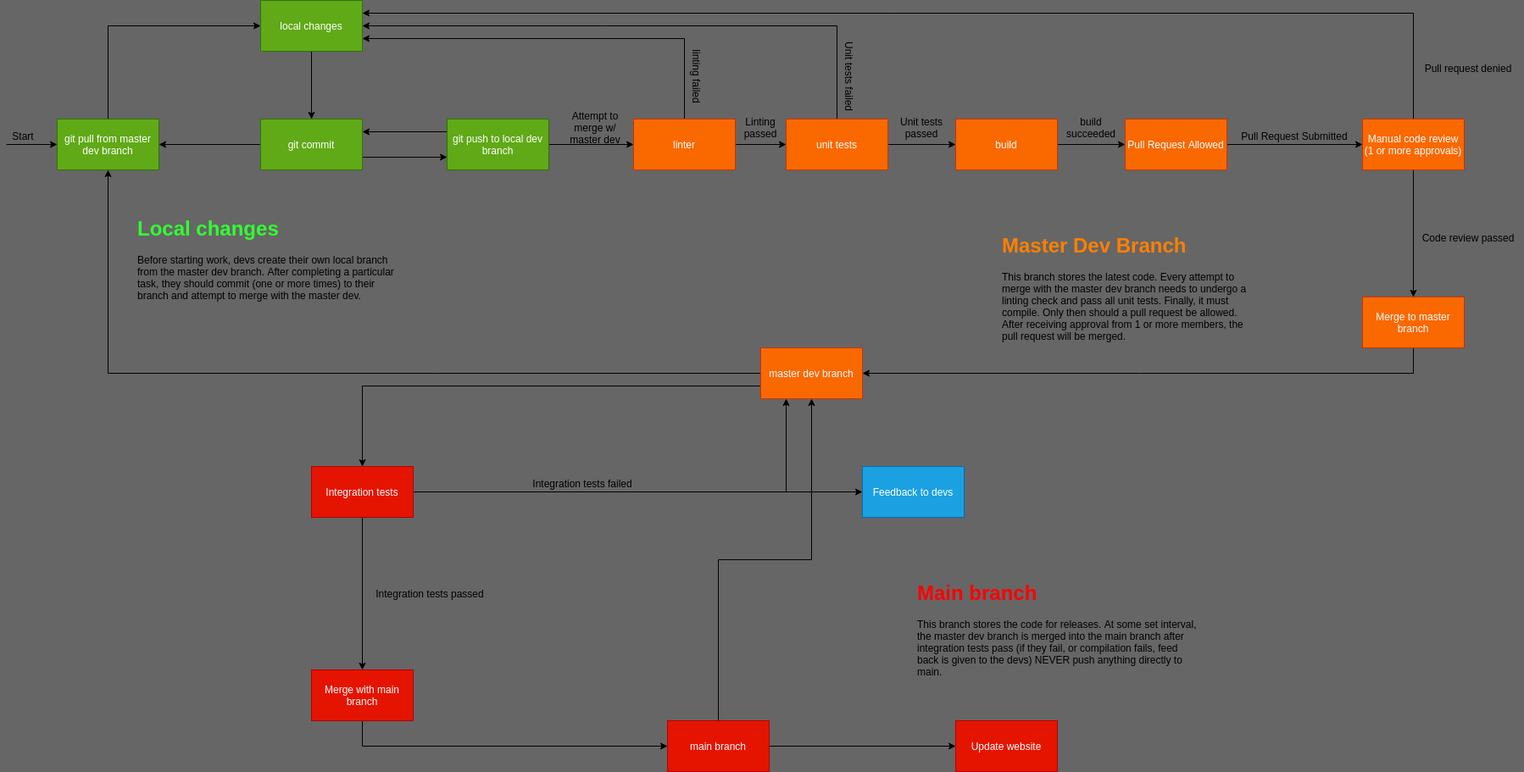
Above: specs/ci/ci.drawio.png in vchen51/cse110-sp21-group20 (draw.io), before the change. Source tidied: cells renumbered, new cells last; positions are measured from the earlier drawing's top-left corner, leaving out a move shared by most shapes.
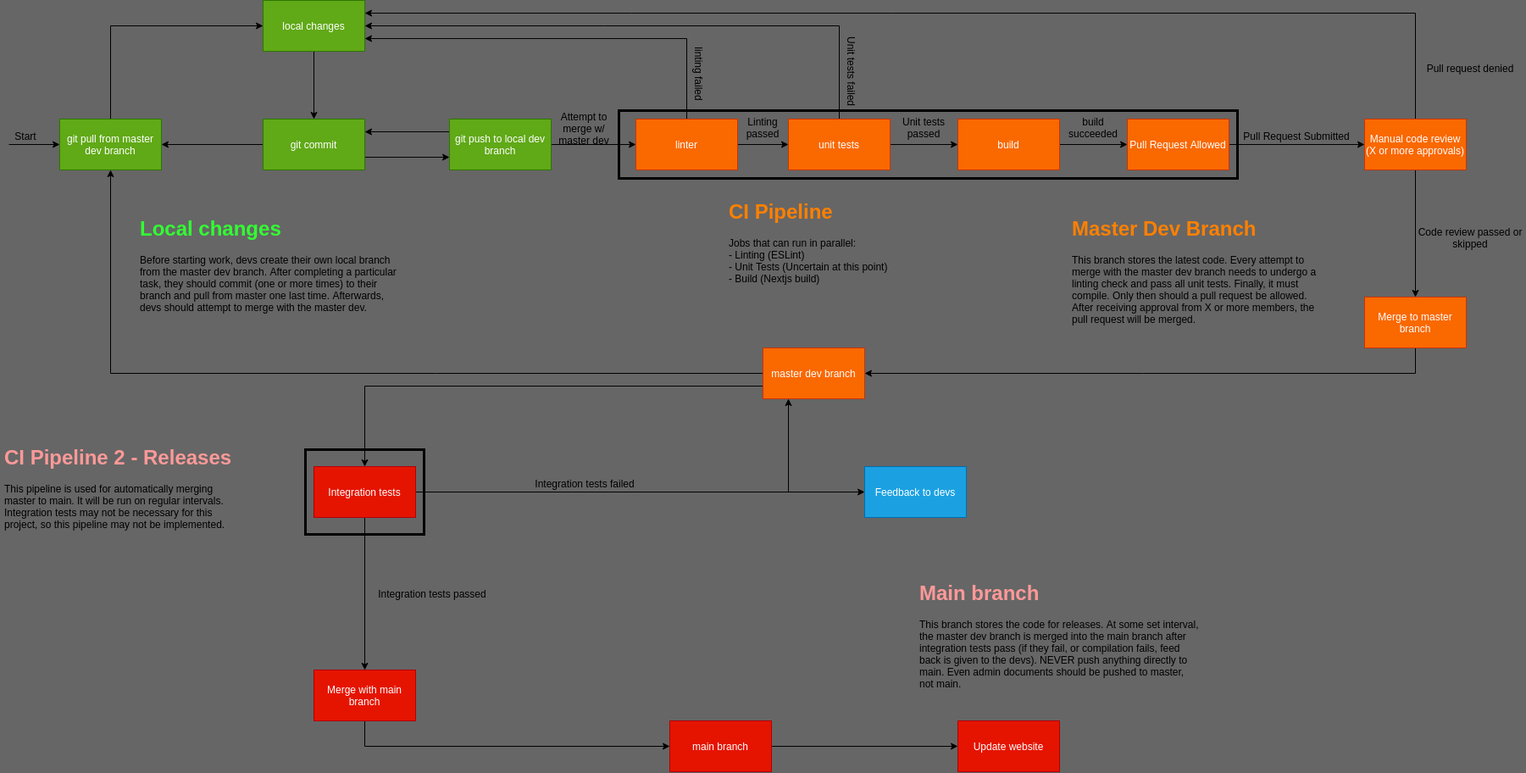
Later version of the same file.

Diff of the diagram source:
```diff
@@ -29,9 +29,6 @@
     <mxCell id="10" style="edgeStyle=orthogonalEdgeStyle;rounded=0;jettySize=auto;html=1;exitX=1;exitY=0.5;exitDx=0;exitDy=0;entryX=0;entryY=0.5;entryDx=0;entryDy=0;" parent="1" edge="1" source="12" target="52">
       <mxGeometry relative="1" as="geometry" />
     </mxCell>
-    <mxCell id="11" style="edgeStyle=orthogonalEdgeStyle;rounded=0;jettySize=auto;html=1;exitX=0.5;exitY=0;exitDx=0;exitDy=0;entryX=0.5;entryY=1;entryDx=0;entryDy=0;" parent="1" edge="1" source="12" target="32">
-      <mxGeometry relative="1" as="geometry" />
-    </mxCell>
     <mxCell id="12" value="main branch" style="rounded=0;whiteSpace=wrap;html=1;fillColor=#e51400;strokeColor=#B20000;fontColor=#ffffff;" parent="1" vertex="1">
       <mxGeometry x="780" y="850" width="120" height="60" as="geometry" />
     </mxCell>
@@ -51,7 +48,7 @@
       <mxGeometry x="740" y="140" width="120" height="60" as="geometry" />
     </mxCell>
     <mxCell id="18" value="Attempt to merge w/ master dev" style="text;html=1;strokeColor=none;fillColor=none;align=center;verticalAlign=middle;whiteSpace=wrap;rounded=0;" parent="1" vertex="1">
-      <mxGeometry x="650" y="140" width="90" height="20" as="geometry" />
+      <mxGeometry x="634" y="141" width="90" height="20" as="geometry" />
     </mxCell>
     <mxCell id="19" style="edgeStyle=orthogonalEdgeStyle;rounded=0;jettySize=auto;html=1;exitX=1;exitY=0.5;exitDx=0;exitDy=0;entryX=0;entryY=0.5;entryDx=0;entryDy=0;" parent="1" edge="1" source="21" target="44">
       <mxGeometry relative="1" as="geometry" />
@@ -66,10 +63,10 @@
       <mxGeometry x="870" y="140" width="40" height="20" as="geometry" />
     </mxCell>
     <mxCell id="23" value="Unit tests failed" style="text;html=1;strokeColor=none;fillColor=none;align=center;verticalAlign=middle;whiteSpace=wrap;rounded=0;rotation=90;" parent="1" vertex="1">
-      <mxGeometry x="950" y="80" width="90" height="20" as="geometry" />
+      <mxGeometry x="950" y="74" width="90" height="20" as="geometry" />
     </mxCell>
     <mxCell id="24" value="linting failed" style="text;html=1;strokeColor=none;fillColor=none;align=center;verticalAlign=middle;whiteSpace=wrap;rounded=0;rotation=90;" parent="1" vertex="1">
-      <mxGeometry x="780" y="80" width="70" height="20" as="geometry" />
+      <mxGeometry x="780" y="77" width="70" height="20" as="geometry" />
     </mxCell>
     <mxCell id="25" style="edgeStyle=orthogonalEdgeStyle;rounded=0;jettySize=auto;html=1;exitX=0.5;exitY=0;exitDx=0;exitDy=0;entryX=1;entryY=0.25;entryDx=0;entryDy=0;" parent="1" edge="1" source="27" target="6">
       <mxGeometry relative="1" as="geometry" />
@@ -77,7 +74,7 @@
     <mxCell id="26" style="edgeStyle=orthogonalEdgeStyle;rounded=0;jettySize=auto;html=1;exitX=0.5;exitY=1;exitDx=0;exitDy=0;entryX=0.5;entryY=0;entryDx=0;entryDy=0;" parent="1" edge="1" source="27" target="37">
       <mxGeometry relative="1" as="geometry" />
     </mxCell>
-    <mxCell id="27" value="Manual code review (1 or more approvals)" style="rounded=0;whiteSpace=wrap;html=1;fillColor=#fa6800;strokeColor=#C73500;fontColor=#ffffff;" parent="1" vertex="1">
+    <mxCell id="27" value="Manual code review (X or more approvals)" style="rounded=0;whiteSpace=wrap;html=1;fillColor=#fa6800;strokeColor=#C73500;fontColor=#ffffff;" parent="1" vertex="1">
       <mxGeometry x="1600" y="140" width="120" height="60" as="geometry" />
     </mxCell>
     <mxCell id="28" style="edgeStyle=orthogonalEdgeStyle;rounded=0;jettySize=auto;html=1;exitX=1;exitY=0.5;exitDx=0;exitDy=0;entryX=0;entryY=0.5;entryDx=0;entryDy=0;" parent="1" edge="1" source="29" target="27">
@@ -110,7 +107,7 @@
     <mxCell id="37" value="Merge to master branch" style="rounded=0;whiteSpace=wrap;html=1;fillColor=#fa6800;strokeColor=#C73500;fontColor=#ffffff;" parent="1" vertex="1">
       <mxGeometry x="1600" y="350" width="120" height="60" as="geometry" />
     </mxCell>
-    <mxCell id="38" value="Code review passed" style="text;html=1;strokeColor=none;fillColor=none;align=center;verticalAlign=middle;whiteSpace=wrap;rounded=0;" parent="1" vertex="1">
+    <mxCell id="38" value="Code review passed or skipped" style="text;html=1;strokeColor=none;fillColor=none;align=center;verticalAlign=middle;whiteSpace=wrap;rounded=0;" parent="1" vertex="1">
       <mxGeometry x="1660" y="270" width="130" height="20" as="geometry" />
     </mxCell>
     <mxCell id="39" style="edgeStyle=orthogonalEdgeStyle;rounded=0;jettySize=auto;html=1;exitX=0.5;exitY=1;exitDx=0;exitDy=0;entryX=0.5;entryY=0;entryDx=0;entryDy=0;" parent="1" edge="1" source="42" target="51">
@@ -134,7 +131,7 @@
     <mxCell id="45" value="build succeeded" style="text;html=1;strokeColor=none;fillColor=none;align=center;verticalAlign=middle;whiteSpace=wrap;rounded=0;" parent="1" vertex="1">
       <mxGeometry x="1260" y="140" width="40" height="20" as="geometry" />
     </mxCell>
-    <mxCell id="46" value="&lt;h1&gt;&lt;font color=&quot;#33ff33&quot;&gt;Local changes&lt;/font&gt;&lt;/h1&gt;&lt;div&gt;Before starting work, devs create their own local branch from the master dev branch. After completing a particular task, they should commit (one or more times) to their branch and attempt to merge with the master dev.&lt;/div&gt;" style="text;html=1;strokeColor=none;fillColor=none;spacing=5;spacingTop=-20;whiteSpace=wrap;overflow=hidden;rounded=0;" parent="1" vertex="1">
+    <mxCell id="46" value="&lt;h1&gt;&lt;font color=&quot;#33ff33&quot;&gt;Local changes&lt;/font&gt;&lt;/h1&gt;&lt;div&gt;Before starting work, devs create their own local branch from the master dev branch. After completing a particular task, they should commit (one or more times) to their branch and pull from master one last time. Afterwards, devs should attempt to merge with the master dev.&lt;/div&gt;" style="text;html=1;strokeColor=none;fillColor=none;spacing=5;spacingTop=-20;whiteSpace=wrap;overflow=hidden;rounded=0;" parent="1" vertex="1">
       <mxGeometry x="150" y="250" width="320" height="120" as="geometry" />
     </mxCell>
     <mxCell id="47" style="endArrow=classic;html=1;entryX=0;entryY=0.5;entryDx=0;entryDy=0;" parent="1" edge="1" target="14">
@@ -145,8 +142,8 @@
     <mxCell id="48" value="Start" style="text;html=1;strokeColor=none;fillColor=none;align=center;verticalAlign=middle;whiteSpace=wrap;rounded=0;" parent="1" vertex="1">
       <mxGeometry y="150" width="40" height="20" as="geometry" />
     </mxCell>
-    <mxCell id="49" value="&lt;h1&gt;&lt;font color=&quot;#ff8000&quot;&gt;Master Dev Branch&lt;/font&gt;&lt;/h1&gt;&lt;div&gt;This branch stores the latest code. Every attempt to merge with the master dev branch needs to undergo a linting check and pass all unit tests. Finally, it must compile. Only then should a pull request be allowed. After receiving approval from 1 or more members, the pull request will be merged.&amp;nbsp;&lt;/div&gt;" style="text;html=1;strokeColor=none;fillColor=none;spacing=5;spacingTop=-20;whiteSpace=wrap;overflow=hidden;rounded=0;" parent="1" vertex="1">
-      <mxGeometry x="1170" y="270" width="310" height="140" as="geometry" />
+    <mxCell id="49" value="&lt;h1&gt;&lt;font color=&quot;#ff8000&quot;&gt;Master Dev Branch&lt;/font&gt;&lt;/h1&gt;&lt;div&gt;This branch stores the latest code. Every attempt to merge with the master dev branch needs to undergo a linting check and pass all unit tests. Finally, it must compile. Only then should a pull request be allowed. After receiving approval from X or more members, the pull request will be merged.&amp;nbsp;&lt;/div&gt;" style="text;html=1;strokeColor=none;fillColor=none;spacing=5;spacingTop=-20;whiteSpace=wrap;overflow=hidden;rounded=0;" parent="1" vertex="1">
+      <mxGeometry x="1250" y="250" width="310" height="140" as="geometry" />
     </mxCell>
     <mxCell id="50" style="edgeStyle=orthogonalEdgeStyle;rounded=0;jettySize=auto;html=1;exitX=0.5;exitY=1;exitDx=0;exitDy=0;entryX=0;entryY=0.5;entryDx=0;entryDy=0;" parent="1" edge="1" source="51" target="12">
       <mxGeometry relative="1" as="geometry" />
@@ -166,8 +163,20 @@
     <mxCell id="55" value="Integration tests passed" style="text;html=1;strokeColor=none;fillColor=none;align=center;verticalAlign=middle;whiteSpace=wrap;rounded=0;" parent="1" vertex="1">
       <mxGeometry x="420" y="690" width="160" height="20" as="geometry" />
     </mxCell>
-    <mxCell id="56" value="&lt;h1&gt;&lt;font color=&quot;#ff0000&quot;&gt;Main branch&lt;/font&gt;&lt;/h1&gt;&lt;div&gt;This branch stores the code for releases. At some set interval, the master dev branch is merged into the main branch after integration tests pass (if they fail, or compilation fails, feed back is given to the devs) NEVER push anything directly to main.&lt;/div&gt;" style="text;html=1;strokeColor=none;fillColor=none;spacing=5;spacingTop=-20;whiteSpace=wrap;overflow=hidden;rounded=0;" parent="1" vertex="1">
-      <mxGeometry x="1070" y="680" width="340" height="120" as="geometry" />
+    <mxCell id="56" value="&lt;h1&gt;&lt;font color=&quot;#ff9999&quot;&gt;Main branch&lt;/font&gt;&lt;/h1&gt;&lt;div&gt;This branch stores the code for releases. At some set interval, the master dev branch is merged into the main branch after integration tests pass (if they fail, or compilation fails, feed back is given to the devs). NEVER push anything directly to main. Even admin documents should be pushed to master, not main.&lt;/div&gt;" style="text;html=1;strokeColor=none;fillColor=none;spacing=5;spacingTop=-20;whiteSpace=wrap;overflow=hidden;rounded=0;" parent="1" vertex="1">
+      <mxGeometry x="1070" y="680" width="340" height="140" as="geometry" />
     </mxCell>
+    <mxCell id="57" style="rounded=0;whiteSpace=wrap;html=1;fillColor=none;strokeWidth=3;" parent="1" vertex="1">
+      <mxGeometry x="720" y="130" width="730" height="80" as="geometry" />
+    </mxCell>
+    <mxCell id="58" value="&lt;h1&gt;&lt;font color=&quot;#ff8000&quot;&gt;CI Pipeline&lt;/font&gt;&lt;/h1&gt;&lt;div&gt;Jobs that can run in parallel:&amp;nbsp;&lt;/div&gt;&lt;div&gt;- Linting (ESLint)&lt;/div&gt;&lt;div&gt;- Unit Tests (Uncertain at this point)&lt;/div&gt;&lt;div&gt;- Build (Nextjs build)&lt;/div&gt;" style="text;html=1;strokeColor=none;fillColor=none;spacing=5;spacingTop=-20;whiteSpace=wrap;overflow=hidden;rounded=0;" parent="1" vertex="1">
+      <mxGeometry x="845" y="230" width="355" height="120" as="geometry" />
+    </mxCell>
+    <mxCell id="59" style="rounded=0;whiteSpace=wrap;html=1;strokeWidth=3;fillColor=none;" parent="1" vertex="1">
+      <mxGeometry x="350" y="530" width="140" height="100" as="geometry" />
+    </mxCell>
+    <mxCell id="60" value="&lt;h1&gt;&lt;font color=&quot;#ff9999&quot;&gt;CI Pipeline 2 - Releases&lt;/font&gt;&lt;/h1&gt;&lt;div&gt;This pipeline is used for automatically merging master to main. It will be run on regular intervals. Integration tests may not be necessary for this project, so this pipeline may not be implemented.&lt;/div&gt;" style="text;html=1;strokeColor=none;fillColor=none;spacing=5;spacingTop=-20;whiteSpace=wrap;overflow=hidden;rounded=0;" parent="1" vertex="1">
+      <mxGeometry x="-10" y="520" width="290" height="120" as="geometry" />
+    </mxCell>
   </root>
 </mxGraphModel>
```
